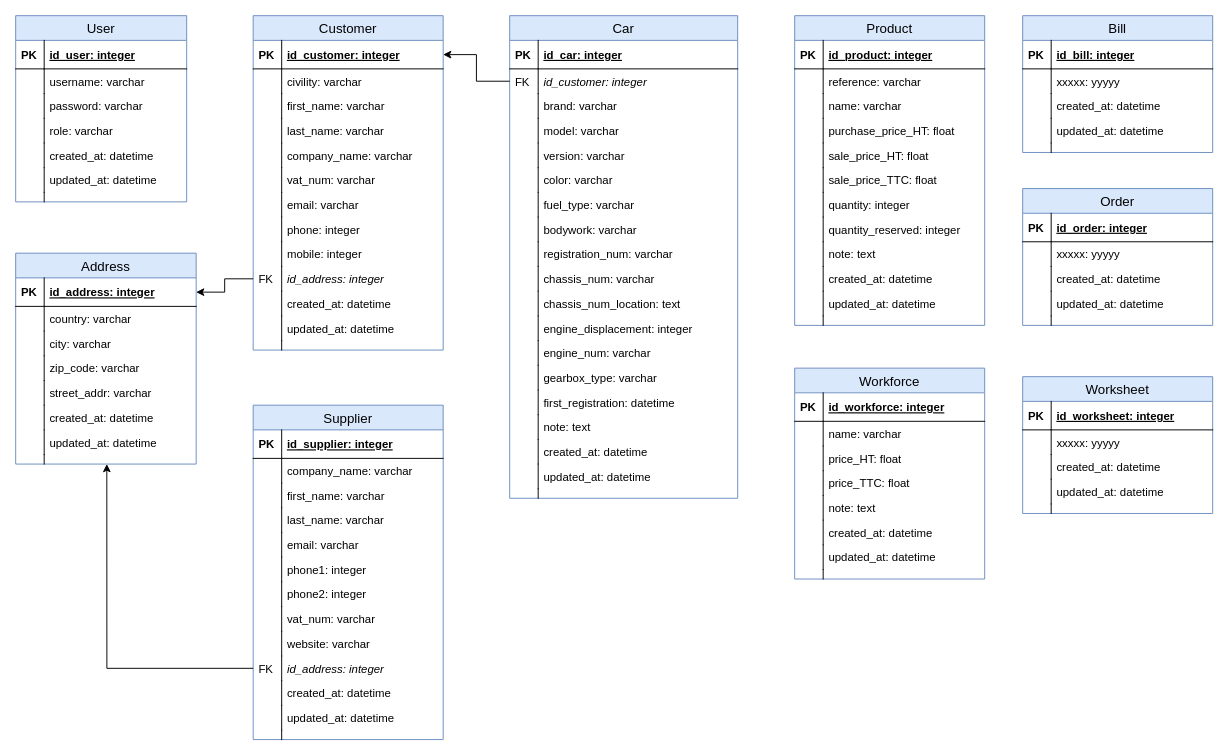
Above: docs/database/slg_db_rel.drawio in MMichotte/SLG_APP (draw.io), before the change. Source tidied: cells renumbered, new cells numbered last; positions are measured from the earlier drawing's top-left corner, leaving out a move shared by most shapes. Both pictures are drawn from the tidied source at 95%, with x=0, y=0 at pixel (15, 15).
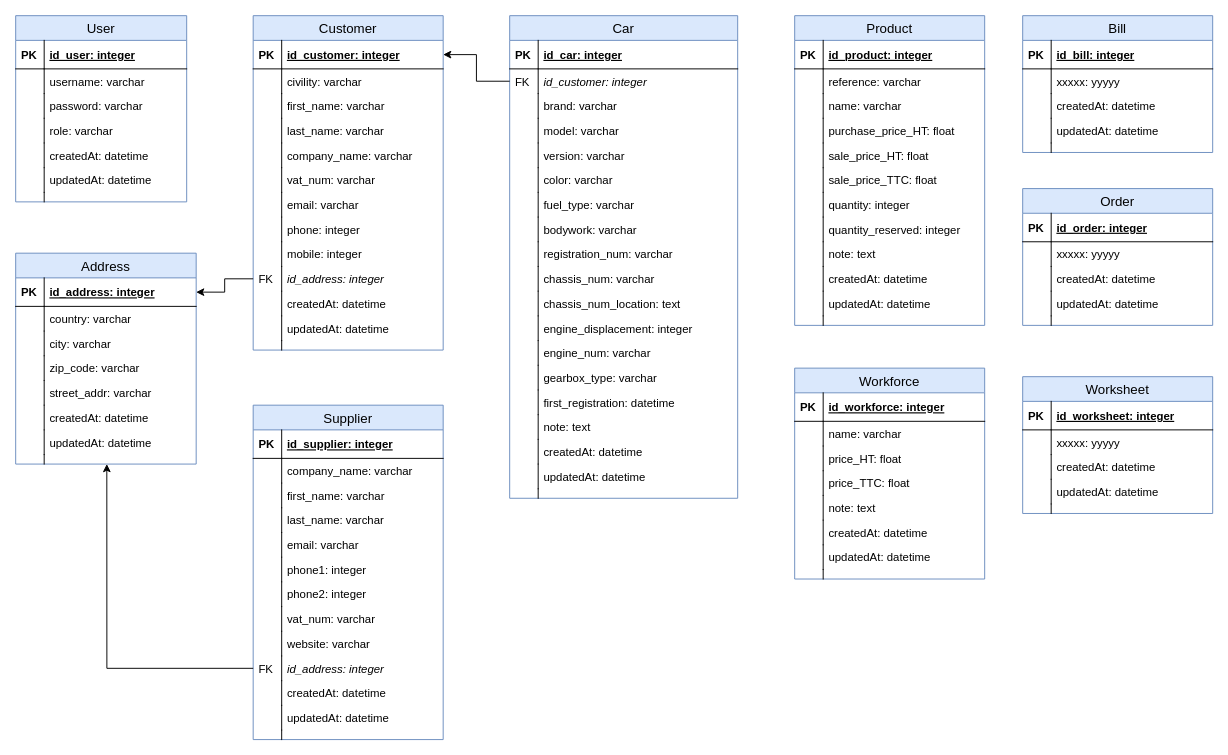
The same page after the edit.

Commit message:
changed create_at and updated_at fields to postgress standards

Unchanged cells that the change refers to:
```xml
<mxCell id="2" value="User" style="swimlane;fontStyle=0;horizontal=1;startSize=26;fillColor=#dae8fc;swimlaneFillColor=#ffffff;align=center;fontSize=14;html=0;strokeColor=#6c8ebf;" parent="1" vertex="1">
  <mxGeometry width="180" height="196" as="geometry" />
</mxCell>
<mxCell id="17" value="Car" style="swimlane;fontStyle=0;horizontal=1;startSize=26;fillColor=#dae8fc;swimlaneFillColor=#ffffff;align=center;fontSize=14;html=0;strokeColor=#6c8ebf;" parent="1" vertex="1">
  <mxGeometry x="520" width="240" height="508" as="geometry" />
</mxCell>
<mxCell id="56" value="Customer" style="swimlane;fontStyle=0;horizontal=1;startSize=26;fillColor=#dae8fc;swimlaneFillColor=#ffffff;align=center;fontSize=14;html=0;strokeColor=#6c8ebf;" parent="1" vertex="1">
  <mxGeometry x="250" width="200" height="352" as="geometry" />
</mxCell>
<mxCell id="83" value="Address" style="swimlane;fontStyle=0;horizontal=1;startSize=26;fillColor=#dae8fc;swimlaneFillColor=#ffffff;align=center;fontSize=14;html=0;strokeColor=#6c8ebf;" parent="1" vertex="1">
  <mxGeometry y="250" width="190" height="222" as="geometry" />
</mxCell>
<mxCell id="100" value="Product" style="swimlane;fontStyle=0;horizontal=1;startSize=26;fillColor=#dae8fc;swimlaneFillColor=#ffffff;align=center;fontSize=14;html=0;strokeColor=#6c8ebf;" parent="1" vertex="1">
  <mxGeometry x="820" width="200" height="326" as="geometry" />
</mxCell>
<mxCell id="125" value="Workforce" style="swimlane;fontStyle=0;horizontal=1;startSize=26;fillColor=#dae8fc;swimlaneFillColor=#ffffff;align=center;fontSize=14;html=0;strokeColor=#6c8ebf;" parent="1" vertex="1">
  <mxGeometry x="820" y="371" width="200" height="222" as="geometry" />
</mxCell>
<mxCell id="142" value="Bill" style="swimlane;fontStyle=0;horizontal=1;startSize=26;fillColor=#dae8fc;swimlaneFillColor=#ffffff;align=center;fontSize=14;html=0;strokeColor=#6c8ebf;" parent="1" vertex="1">
  <mxGeometry x="1060" width="200" height="144" as="geometry" />
</mxCell>
<mxCell id="153" value="Order" style="swimlane;fontStyle=0;horizontal=1;startSize=26;fillColor=#dae8fc;swimlaneFillColor=#ffffff;align=center;fontSize=14;html=0;strokeColor=#6c8ebf;" parent="1" vertex="1">
  <mxGeometry x="1060" y="182" width="200" height="144" as="geometry" />
</mxCell>
<mxCell id="164" value="Supplier" style="swimlane;fontStyle=0;horizontal=1;startSize=26;fillColor=#dae8fc;swimlaneFillColor=#ffffff;align=center;fontSize=14;html=0;strokeColor=#6c8ebf;" parent="1" vertex="1">
  <mxGeometry x="250" y="410" width="200" height="352" as="geometry" />
</mxCell>
<mxCell id="191" value="Worksheet" style="swimlane;fontStyle=0;horizontal=1;startSize=26;fillColor=#dae8fc;swimlaneFillColor=#ffffff;align=center;fontSize=14;html=0;strokeColor=#6c8ebf;" parent="1" vertex="1">
  <mxGeometry x="1060" y="380" width="200" height="144" as="geometry" />
</mxCell>
```

Change to the diagram source:
```diff
@@
-    <mxCell id="11" value="created_at: datetime" style="shape=partialRectangle;top=0;left=0;right=0;bottom=0;align=left;verticalAlign=top;fillColor=none;spacingLeft=34;spacingRight=4;overflow=hidden;fontSize=12;" parent="2" vertex="1">
+    <mxCell id="11" value="createdAt: datetime" style="shape=partialRectangle;top=0;left=0;right=0;bottom=0;align=left;verticalAlign=top;fillColor=none;spacingLeft=34;spacingRight=4;overflow=hidden;fontSize=12;" parent="2" vertex="1">
       <mxGeometry y="134" width="180" height="26" as="geometry" />
     </mxCell>
@@
-    <mxCell id="13" value="updated_at: datetime" style="shape=partialRectangle;top=0;left=0;right=0;bottom=0;align=left;verticalAlign=top;fillColor=none;spacingLeft=34;spacingRight=4;overflow=hidden;fontSize=12;" parent="2" vertex="1">
+    <mxCell id="13" value="updatedAt: datetime" style="shape=partialRectangle;top=0;left=0;right=0;bottom=0;align=left;verticalAlign=top;fillColor=none;spacingLeft=34;spacingRight=4;overflow=hidden;fontSize=12;" parent="2" vertex="1">
       <mxGeometry y="160" width="180" height="26" as="geometry" />
     </mxCell>
@@
-    <mxCell id="50" value="created_at: datetime" style="shape=partialRectangle;top=0;left=0;right=0;bottom=0;align=left;verticalAlign=top;fillColor=none;spacingLeft=34;spacingRight=4;overflow=hidden;fontSize=12;" parent="17" vertex="1">
+    <mxCell id="50" value="createdAt: datetime" style="shape=partialRectangle;top=0;left=0;right=0;bottom=0;align=left;verticalAlign=top;fillColor=none;spacingLeft=34;spacingRight=4;overflow=hidden;fontSize=12;" parent="17" vertex="1">
       <mxGeometry y="446" width="240" height="26" as="geometry" />
     </mxCell>
@@
-    <mxCell id="52" value="updated_at: datetime" style="shape=partialRectangle;top=0;left=0;right=0;bottom=0;align=left;verticalAlign=top;fillColor=none;spacingLeft=34;spacingRight=4;overflow=hidden;fontSize=12;" parent="17" vertex="1">
+    <mxCell id="52" value="updatedAt: datetime" style="shape=partialRectangle;top=0;left=0;right=0;bottom=0;align=left;verticalAlign=top;fillColor=none;spacingLeft=34;spacingRight=4;overflow=hidden;fontSize=12;" parent="17" vertex="1">
       <mxGeometry y="472" width="240" height="26" as="geometry" />
     </mxCell>
@@
-    <mxCell id="77" value="created_at: datetime" style="shape=partialRectangle;top=0;left=0;right=0;bottom=0;align=left;verticalAlign=top;fillColor=none;spacingLeft=34;spacingRight=4;overflow=hidden;fontSize=12;" parent="56" vertex="1">
+    <mxCell id="77" value="createdAt: datetime" style="shape=partialRectangle;top=0;left=0;right=0;bottom=0;align=left;verticalAlign=top;fillColor=none;spacingLeft=34;spacingRight=4;overflow=hidden;fontSize=12;" parent="56" vertex="1">
       <mxGeometry y="290" width="200" height="26" as="geometry" />
     </mxCell>
@@
-    <mxCell id="79" value="updated_at: datetime" style="shape=partialRectangle;top=0;left=0;right=0;bottom=0;align=left;verticalAlign=top;fillColor=none;spacingLeft=34;spacingRight=4;overflow=hidden;fontSize=12;" parent="56" vertex="1">
+    <mxCell id="79" value="updatedAt: datetime" style="shape=partialRectangle;top=0;left=0;right=0;bottom=0;align=left;verticalAlign=top;fillColor=none;spacingLeft=34;spacingRight=4;overflow=hidden;fontSize=12;" parent="56" vertex="1">
       <mxGeometry y="316" width="200" height="26" as="geometry" />
     </mxCell>
@@
-    <mxCell id="94" value="created_at: datetime" style="shape=partialRectangle;top=0;left=0;right=0;bottom=0;align=left;verticalAlign=top;fillColor=none;spacingLeft=34;spacingRight=4;overflow=hidden;fontSize=12;" parent="83" vertex="1">
+    <mxCell id="94" value="createdAt: datetime" style="shape=partialRectangle;top=0;left=0;right=0;bottom=0;align=left;verticalAlign=top;fillColor=none;spacingLeft=34;spacingRight=4;overflow=hidden;fontSize=12;" parent="83" vertex="1">
       <mxGeometry y="160" width="190" height="26" as="geometry" />
     </mxCell>
@@
-    <mxCell id="96" value="updated_at: datetime" style="shape=partialRectangle;top=0;left=0;right=0;bottom=0;align=left;verticalAlign=top;fillColor=none;spacingLeft=34;spacingRight=4;overflow=hidden;fontSize=12;" parent="83" vertex="1">
+    <mxCell id="96" value="updatedAt: datetime" style="shape=partialRectangle;top=0;left=0;right=0;bottom=0;align=left;verticalAlign=top;fillColor=none;spacingLeft=34;spacingRight=4;overflow=hidden;fontSize=12;" parent="83" vertex="1">
       <mxGeometry y="186" width="190" height="26" as="geometry" />
     </mxCell>
@@
-    <mxCell id="119" value="created_at: datetime" style="shape=partialRectangle;top=0;left=0;right=0;bottom=0;align=left;verticalAlign=top;fillColor=none;spacingLeft=34;spacingRight=4;overflow=hidden;fontSize=12;" parent="100" vertex="1">
+    <mxCell id="119" value="createdAt: datetime" style="shape=partialRectangle;top=0;left=0;right=0;bottom=0;align=left;verticalAlign=top;fillColor=none;spacingLeft=34;spacingRight=4;overflow=hidden;fontSize=12;" parent="100" vertex="1">
       <mxGeometry y="264" width="200" height="26" as="geometry" />
     </mxCell>
@@
-    <mxCell id="121" value="updated_at: datetime" style="shape=partialRectangle;top=0;left=0;right=0;bottom=0;align=left;verticalAlign=top;fillColor=none;spacingLeft=34;spacingRight=4;overflow=hidden;fontSize=12;" parent="100" vertex="1">
+    <mxCell id="121" value="updatedAt: datetime" style="shape=partialRectangle;top=0;left=0;right=0;bottom=0;align=left;verticalAlign=top;fillColor=none;spacingLeft=34;spacingRight=4;overflow=hidden;fontSize=12;" parent="100" vertex="1">
       <mxGeometry y="290" width="200" height="26" as="geometry" />
     </mxCell>
@@
-    <mxCell id="136" value="created_at: datetime" style="shape=partialRectangle;top=0;left=0;right=0;bottom=0;align=left;verticalAlign=top;fillColor=none;spacingLeft=34;spacingRight=4;overflow=hidden;fontSize=12;" parent="125" vertex="1">
+    <mxCell id="136" value="createdAt: datetime" style="shape=partialRectangle;top=0;left=0;right=0;bottom=0;align=left;verticalAlign=top;fillColor=none;spacingLeft=34;spacingRight=4;overflow=hidden;fontSize=12;" parent="125" vertex="1">
       <mxGeometry y="160" width="200" height="26" as="geometry" />
     </mxCell>
@@
-    <mxCell id="138" value="updated_at: datetime" style="shape=partialRectangle;top=0;left=0;right=0;bottom=0;align=left;verticalAlign=top;fillColor=none;spacingLeft=34;spacingRight=4;overflow=hidden;fontSize=12;" parent="125" vertex="1">
+    <mxCell id="138" value="updatedAt: datetime" style="shape=partialRectangle;top=0;left=0;right=0;bottom=0;align=left;verticalAlign=top;fillColor=none;spacingLeft=34;spacingRight=4;overflow=hidden;fontSize=12;" parent="125" vertex="1">
       <mxGeometry y="186" width="200" height="26" as="geometry" />
     </mxCell>
@@
-    <mxCell id="147" value="created_at: datetime" style="shape=partialRectangle;top=0;left=0;right=0;bottom=0;align=left;verticalAlign=top;fillColor=none;spacingLeft=34;spacingRight=4;overflow=hidden;fontSize=12;" parent="142" vertex="1">
+    <mxCell id="147" value="createdAt: datetime" style="shape=partialRectangle;top=0;left=0;right=0;bottom=0;align=left;verticalAlign=top;fillColor=none;spacingLeft=34;spacingRight=4;overflow=hidden;fontSize=12;" parent="142" vertex="1">
       <mxGeometry y="82" width="200" height="26" as="geometry" />
     </mxCell>
@@
-    <mxCell id="149" value="updated_at: datetime" style="shape=partialRectangle;top=0;left=0;right=0;bottom=0;align=left;verticalAlign=top;fillColor=none;spacingLeft=34;spacingRight=4;overflow=hidden;fontSize=12;" parent="142" vertex="1">
+    <mxCell id="149" value="updatedAt: datetime" style="shape=partialRectangle;top=0;left=0;right=0;bottom=0;align=left;verticalAlign=top;fillColor=none;spacingLeft=34;spacingRight=4;overflow=hidden;fontSize=12;" parent="142" vertex="1">
       <mxGeometry y="108" width="200" height="26" as="geometry" />
     </mxCell>
@@
-    <mxCell id="158" value="created_at: datetime" style="shape=partialRectangle;top=0;left=0;right=0;bottom=0;align=left;verticalAlign=top;fillColor=none;spacingLeft=34;spacingRight=4;overflow=hidden;fontSize=12;" parent="153" vertex="1">
+    <mxCell id="158" value="createdAt: datetime" style="shape=partialRectangle;top=0;left=0;right=0;bottom=0;align=left;verticalAlign=top;fillColor=none;spacingLeft=34;spacingRight=4;overflow=hidden;fontSize=12;" parent="153" vertex="1">
       <mxGeometry y="82" width="200" height="26" as="geometry" />
     </mxCell>
@@
-    <mxCell id="160" value="updated_at: datetime" style="shape=partialRectangle;top=0;left=0;right=0;bottom=0;align=left;verticalAlign=top;fillColor=none;spacingLeft=34;spacingRight=4;overflow=hidden;fontSize=12;" parent="153" vertex="1">
+    <mxCell id="160" value="updatedAt: datetime" style="shape=partialRectangle;top=0;left=0;right=0;bottom=0;align=left;verticalAlign=top;fillColor=none;spacingLeft=34;spacingRight=4;overflow=hidden;fontSize=12;" parent="153" vertex="1">
       <mxGeometry y="108" width="200" height="26" as="geometry" />
     </mxCell>
@@
-    <mxCell id="185" value="created_at: datetime" style="shape=partialRectangle;top=0;left=0;right=0;bottom=0;align=left;verticalAlign=top;fillColor=none;spacingLeft=34;spacingRight=4;overflow=hidden;fontSize=12;" parent="164" vertex="1">
+    <mxCell id="185" value="createdAt: datetime" style="shape=partialRectangle;top=0;left=0;right=0;bottom=0;align=left;verticalAlign=top;fillColor=none;spacingLeft=34;spacingRight=4;overflow=hidden;fontSize=12;" parent="164" vertex="1">
       <mxGeometry y="290" width="200" height="26" as="geometry" />
     </mxCell>
@@
-    <mxCell id="187" value="updated_at: datetime" style="shape=partialRectangle;top=0;left=0;right=0;bottom=0;align=left;verticalAlign=top;fillColor=none;spacingLeft=34;spacingRight=4;overflow=hidden;fontSize=12;" parent="164" vertex="1">
+    <mxCell id="187" value="updatedAt: datetime" style="shape=partialRectangle;top=0;left=0;right=0;bottom=0;align=left;verticalAlign=top;fillColor=none;spacingLeft=34;spacingRight=4;overflow=hidden;fontSize=12;" parent="164" vertex="1">
       <mxGeometry y="316" width="200" height="26" as="geometry" />
     </mxCell>
@@
-    <mxCell id="196" value="created_at: datetime" style="shape=partialRectangle;top=0;left=0;right=0;bottom=0;align=left;verticalAlign=top;fillColor=none;spacingLeft=34;spacingRight=4;overflow=hidden;fontSize=12;" parent="191" vertex="1">
+    <mxCell id="196" value="createdAt: datetime" style="shape=partialRectangle;top=0;left=0;right=0;bottom=0;align=left;verticalAlign=top;fillColor=none;spacingLeft=34;spacingRight=4;overflow=hidden;fontSize=12;" parent="191" vertex="1">
       <mxGeometry y="82" width="200" height="26" as="geometry" />
     </mxCell>
@@
-    <mxCell id="198" value="updated_at: datetime" style="shape=partialRectangle;top=0;left=0;right=0;bottom=0;align=left;verticalAlign=top;fillColor=none;spacingLeft=34;spacingRight=4;overflow=hidden;fontSize=12;" parent="191" vertex="1">
+    <mxCell id="198" value="updatedAt: datetime" style="shape=partialRectangle;top=0;left=0;right=0;bottom=0;align=left;verticalAlign=top;fillColor=none;spacingLeft=34;spacingRight=4;overflow=hidden;fontSize=12;" parent="191" vertex="1">
       <mxGeometry y="108" width="200" height="26" as="geometry" />
     </mxCell>
```
